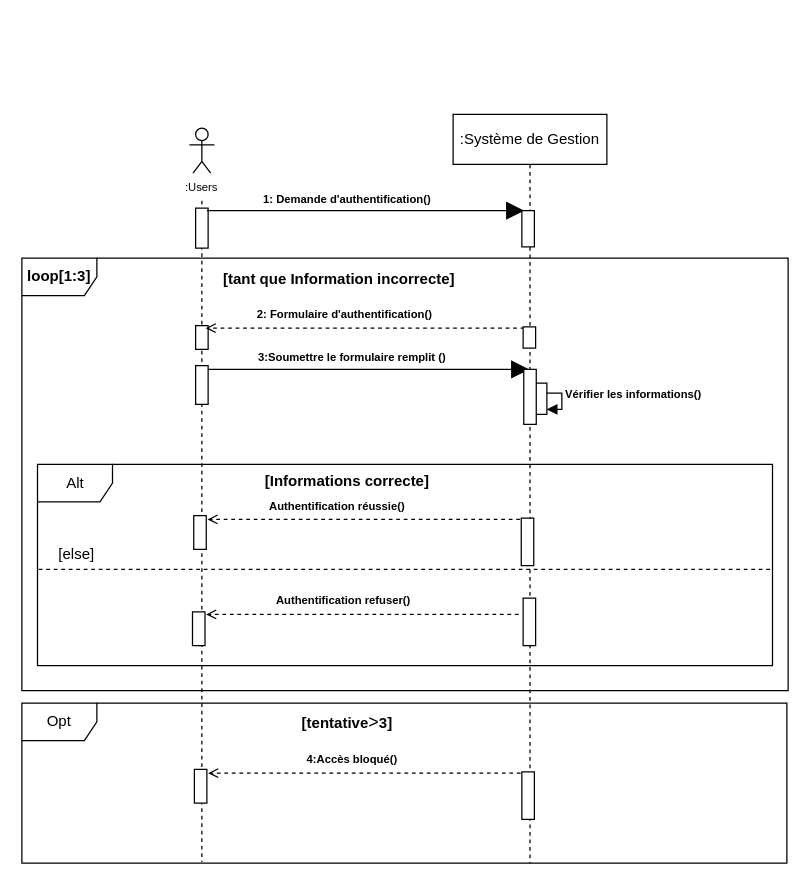
This is connexion.drawio from louis-fresnel99/TpGasaL1, a draw.io file, before an edit. Source tidied: cells renumbered, new cells numbered last; positions are measured from the earlier drawing's top-left corner, leaving out a move shared by most shapes. Both pictures are drawn from the tidied source at 125%, with x=0, y=0 at pixel (21, 114).
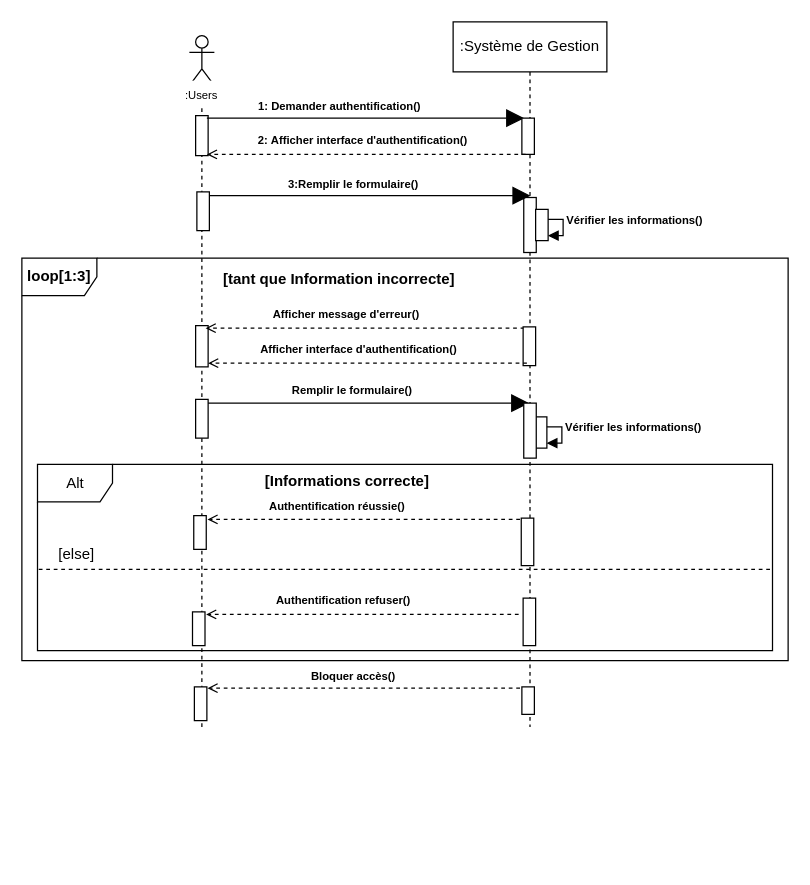
Above is the later version.

Commit message:
Mettre à jour connexion.drawio

Diff of the diagram source:
```diff
@@
     <mxCell id="2" value=":Système de Gestion" style="shape=umlLifeline;perimeter=lifelinePerimeter;whiteSpace=wrap;html=1;newEdgeStyle={&quot;edgeStyle&quot;:&quot;elbowEdgeStyle&quot;,&quot;elbow&quot;:&quot;vertical&quot;,&quot;curved&quot;:0,&quot;rounded&quot;:0};fillColor=light-dark(#FFFFFF, #ffffff);strokeColor=light-dark(#000000,#000000);labelBackgroundColor=none;fontColor=light-dark(#000000,#000000);" parent="1" vertex="1">
-      <mxGeometry x="345" width="123" height="599" as="geometry" />
+      <mxGeometry x="345" y="-74" width="123" height="564" as="geometry" />
     </mxCell>
+    <mxCell id="39" style="html=1;perimeter=orthogonalPerimeter;targetShapes=umlLifeline;newEdgeStyle={&quot;curved&quot;:0,&quot;rounded&quot;:0};fillColor=light-dark(#FFFFFF,#FFFFFF);strokeColor=light-dark(#000000,#000000);" parent="2" vertex="1">
+      <mxGeometry x="56.5" y="140.5" width="10" height="44" as="geometry" />
+    </mxCell>
     <mxCell id="3" style="shape=umlLifeline;perimeter=lifelinePerimeter;whiteSpace=wrap;html=1;newEdgeStyle={&quot;curved&quot;:0,&quot;rounded&quot;:0};participant=umlActor;fillColor=light-dark(#FFFFFF,#000000);strokeColor=light-dark(#000000,#000000);" parent="1" vertex="1">
-      <mxGeometry x="134" y="11" width="20" height="587" as="geometry" />
+      <mxGeometry x="134" y="-63" width="20" height="556" as="geometry" />
     </mxCell>
@@
     <mxCell id="5" style="html=1;perimeter=orthogonalPerimeter;targetShapes=umlLifeline;newEdgeStyle={&quot;curved&quot;:0,&quot;rounded&quot;:0};fillColor=light-dark(#FFFFFF,#FFFFFF);strokeColor=light-dark(#000000,#000000);" parent="3" vertex="1">
-      <mxGeometry x="4" y="513" width="10" height="27" as="geometry" />
+      <mxGeometry x="4" y="521" width="10" height="27" as="geometry" />
     </mxCell>
     <mxCell id="6" style="html=1;perimeter=orthogonalPerimeter;targetShapes=umlLifeline;newEdgeStyle={&quot;curved&quot;:0,&quot;rounded&quot;:0};fillColor=light-dark(#FFFFFF,#FFFFFF);strokeColor=light-dark(#000000,#000000);" parent="3" vertex="1">
-      <mxGeometry x="5" y="158" width="10" height="19" as="geometry" />
+      <mxGeometry x="5" y="232" width="10" height="33" as="geometry" />
     </mxCell>
     <mxCell id="7" style="html=1;perimeter=orthogonalPerimeter;targetShapes=umlLifeline;newEdgeStyle={&quot;curved&quot;:0,&quot;rounded&quot;:0};fillColor=light-dark(#FFFFFF,#FFFFFF);strokeColor=light-dark(#000000,#000000);" parent="3" vertex="1">
-      <mxGeometry x="5" y="190" width="10" height="31" as="geometry" />
+      <mxGeometry x="5" y="291" width="10" height="31" as="geometry" />
     </mxCell>
     <mxCell id="8" style="endArrow=block;endFill=1;endSize=12;html=1;rounded=0;strokeColor=light-dark(#000000,#000000);exitX=1;exitY=0;exitDx=0;exitDy=5;exitPerimeter=0;" parent="1" edge="1">
       <mxGeometry relative="1" as="geometry">
-        <mxPoint x="148" y="77" as="sourcePoint" />
-        <mxPoint x="402" y="77" as="targetPoint" />
+        <mxPoint x="148" y="3" as="sourcePoint" />
+        <mxPoint x="402" y="3" as="targetPoint" />
       </mxGeometry>
     </mxCell>
-    <mxCell id="9" value="&lt;font style=&quot;font-size: 9px;&quot;&gt;&lt;b&gt;1: Demande d'authentification()&lt;/b&gt;&lt;/font&gt;" style="text;html=1;align=center;verticalAlign=middle;whiteSpace=wrap;rounded=0;" parent="1" vertex="1">
-      <mxGeometry x="188" y="56" width="145" height="22" as="geometry" />
+    <mxCell id="9" value="&lt;font style=&quot;font-size: 9px;&quot;&gt;&lt;b&gt;1: Demander authentification()&lt;/b&gt;&lt;/font&gt;" style="text;html=1;align=center;verticalAlign=middle;whiteSpace=wrap;rounded=0;" parent="1" vertex="1">
+      <mxGeometry x="182" y="-18" width="145" height="22" as="geometry" />
     </mxCell>
@@
-    <mxCell id="11" value="&lt;font style=&quot;color: light-dark(rgb(0, 0, 0), rgb(0, 0, 0)); font-size: 9px;&quot;&gt;&lt;b&gt;2: Formulaire d'authentification()&lt;/b&gt;&lt;/font&gt;" style="text;html=1;align=center;verticalAlign=middle;whiteSpace=wrap;rounded=0;" parent="1" vertex="1">
+    <mxCell id="11" value="&lt;b style=&quot;font-size: 9px;&quot;&gt;&amp;nbsp;Afficher message d'erreur()&lt;/b&gt;" style="text;html=1;align=center;verticalAlign=middle;whiteSpace=wrap;rounded=0;" parent="1" vertex="1">
       <mxGeometry x="178" y="148" width="161" height="22" as="geometry" />
     </mxCell>
     <mxCell id="12" style="endArrow=block;endFill=1;endSize=12;html=1;rounded=0;strokeColor=light-dark(#000000,#000000);" parent="1" edge="1">
       <mxGeometry relative="1" as="geometry">
-        <mxPoint x="149" y="204" as="sourcePoint" />
-        <mxPoint x="406" y="204" as="targetPoint" />
+        <mxPoint x="149" y="231" as="sourcePoint" />
+        <mxPoint x="406" y="231" as="targetPoint" />
       </mxGeometry>
     </mxCell>
-    <mxCell id="13" value="&lt;font style=&quot;color: light-dark(rgb(0, 0, 0), rgb(0, 0, 0)); font-size: 9px;&quot;&gt;&lt;b&gt;3:Soumettre le formulaire remplit ()&lt;/b&gt;&lt;/font&gt;" style="text;html=1;align=center;verticalAlign=middle;whiteSpace=wrap;rounded=0;" parent="1" vertex="1">
-      <mxGeometry x="185" y="185" width="159" height="17" as="geometry" />
+    <mxCell id="13" value="&lt;b style=&quot;font-size: 9px;&quot;&gt;Remplir le formulaire()&lt;/b&gt;" style="text;html=1;align=center;verticalAlign=middle;whiteSpace=wrap;rounded=0;" parent="1" vertex="1">
+      <mxGeometry x="185" y="211" width="159" height="17" as="geometry" />
     </mxCell>
     <mxCell id="14" value="&lt;font style=&quot;font-size: 9px;&quot;&gt;:Users&lt;/font&gt;" style="text;html=1;align=center;verticalAlign=middle;whiteSpace=wrap;rounded=0;fillColor=#FFFFFF;" parent="1" vertex="1">
-      <mxGeometry x="114" y="47" width="60" height="21" as="geometry" />
+      <mxGeometry x="114" y="-27" width="60" height="21" as="geometry" />
     </mxCell>
     <mxCell id="15" value="&lt;b&gt;loop[1:3]&lt;/b&gt;" style="shape=umlFrame;whiteSpace=wrap;html=1;" parent="1" vertex="1">
-      <mxGeometry y="115" width="613" height="346" as="geometry" />
+      <mxGeometry y="115" width="613" height="322" as="geometry" />
     </mxCell>
@@
     <mxCell id="17" value="&lt;font style=&quot;font-size: 9px;&quot;&gt;&lt;b&gt;Vérifier les informations()&lt;/b&gt;&lt;/font&gt;" style="html=1;align=left;spacingLeft=2;endArrow=block;rounded=0;edgeStyle=orthogonalEdgeStyle;curved=0;rounded=0;" parent="1" edge="1">
       <mxGeometry relative="1" as="geometry">
-        <mxPoint x="410" y="217" as="sourcePoint" />
-        <mxPoint x="419.9" y="236" as="targetPoint" />
+        <mxPoint x="410" y="244" as="sourcePoint" />
+        <mxPoint x="419.9" y="263" as="targetPoint" />
         <Array as="points">
-          <mxPoint x="410" y="223" />
-          <mxPoint x="432" y="223" />
-          <mxPoint x="432" y="236" />
+          <mxPoint x="410" y="250" />
+          <mxPoint x="432" y="250" />
+          <mxPoint x="432" y="263" />
         </Array>
       </mxGeometry>
     </mxCell>
     <mxCell id="18" style="html=1;perimeter=orthogonalPerimeter;targetShapes=umlLifeline;newEdgeStyle={&quot;curved&quot;:0,&quot;rounded&quot;:0};fillColor=light-dark(#FFFFFF,#FFFFFF);strokeColor=light-dark(#000000,#000000);" parent="1" vertex="1">
-      <mxGeometry x="410" y="215" width="10" height="25" as="geometry" />
+      <mxGeometry x="410" y="242" width="10" height="25" as="geometry" />
     </mxCell>
-    <mxCell id="19" value="Opt" style="shape=umlFrame;whiteSpace=wrap;html=1;" parent="1" vertex="1">
-      <mxGeometry y="471" width="612" height="128" as="geometry" />
-    </mxCell>
@@
     <mxCell id="21" style="endArrow=open;html=1;rounded=0;strokeColor=light-dark(#000000,#000000);dashed=1;strokeWidth=1;endFill=0;" parent="1" edge="1">
       <mxGeometry relative="1" as="geometry">
-        <mxPoint x="399" y="527" as="sourcePoint" />
-        <mxPoint x="149" y="527" as="targetPoint" />
+        <mxPoint x="398.5" y="459" as="sourcePoint" />
+        <mxPoint x="148.5" y="459" as="targetPoint" />
       </mxGeometry>
     </mxCell>
@@
     <mxCell id="23" style="html=1;perimeter=orthogonalPerimeter;targetShapes=umlLifeline;newEdgeStyle={&quot;curved&quot;:0,&quot;rounded&quot;:0};fillColor=light-dark(#FFFFFF,#FFFFFF);strokeColor=light-dark(#000000,#000000);" parent="1" vertex="1">
-      <mxGeometry x="400" y="77" width="10" height="29" as="geometry" />
+      <mxGeometry x="400" y="3" width="10" height="29" as="geometry" />
     </mxCell>
     <mxCell id="24" style="html=1;perimeter=orthogonalPerimeter;targetShapes=umlLifeline;newEdgeStyle={&quot;curved&quot;:0,&quot;rounded&quot;:0};fillColor=light-dark(#FFFFFF,#FFFFFF);strokeColor=light-dark(#000000,#000000);" parent="1" vertex="1">
-      <mxGeometry x="401" y="170" width="10" height="17" as="geometry" />
+      <mxGeometry x="401" y="170" width="10" height="31" as="geometry" />
     </mxCell>
     <mxCell id="25" style="html=1;perimeter=orthogonalPerimeter;targetShapes=umlLifeline;newEdgeStyle={&quot;curved&quot;:0,&quot;rounded&quot;:0};fillColor=light-dark(#FFFFFF,#FFFFFF);strokeColor=light-dark(#000000,#000000);" parent="1" vertex="1">
-      <mxGeometry x="401.5" y="204" width="10" height="44" as="geometry" />
+      <mxGeometry x="401.5" y="231" width="10" height="44" as="geometry" />
     </mxCell>
     <mxCell id="26" style="html=1;perimeter=orthogonalPerimeter;targetShapes=umlLifeline;newEdgeStyle={&quot;curved&quot;:0,&quot;rounded&quot;:0};fillColor=light-dark(#FFFFFF,#FFFFFF);strokeColor=light-dark(#000000,#000000);" parent="1" vertex="1">
-      <mxGeometry x="400" y="526" width="10" height="38" as="geometry" />
+      <mxGeometry x="400" y="458" width="10" height="22" as="geometry" />
     </mxCell>
@@
     <mxCell id="28" value="Alt" style="shape=umlFrame;whiteSpace=wrap;html=1;" parent="1" vertex="1">
-      <mxGeometry x="12.5" y="280" width="588" height="161" as="geometry" />
+      <mxGeometry x="12.5" y="280" width="588" height="149" as="geometry" />
     </mxCell>
-    <mxCell id="29" value="&lt;font&gt;&lt;b style=&quot;color: light-dark(rgb(0, 0, 0), rgb(237, 237, 237));&quot;&gt;[tentative&lt;/b&gt;&lt;span style=&quot;font-family: Consolas, &amp;quot;Courier New&amp;quot;, monospace; font-size: 14px; white-space: pre;&quot;&gt;&lt;font style=&quot;color: light-dark(rgb(0, 0, 0), rgb(0, 0, 0));&quot;&gt;&amp;gt;&lt;/font&gt;&lt;/span&gt;&lt;b style=&quot;color: light-dark(rgb(0, 0, 0), rgb(237, 237, 237)); background-color: transparent;&quot;&gt;3]&lt;/b&gt;&lt;/font&gt;" style="text;html=1;align=center;verticalAlign=middle;whiteSpace=wrap;rounded=0;" parent="1" vertex="1">
-      <mxGeometry x="190.5" y="477" width="139" height="20" as="geometry" />
-    </mxCell>
@@
-    <mxCell id="31" value="&lt;font style=&quot;color: light-dark(rgb(0, 0, 0), rgb(0, 0, 0)); font-size: 9px;&quot;&gt;&lt;b&gt;4:Accès bloqué()&lt;/b&gt;&lt;/font&gt;" style="text;html=1;align=center;verticalAlign=middle;whiteSpace=wrap;rounded=0;" parent="1" vertex="1">
-      <mxGeometry x="185" y="506" width="159" height="17" as="geometry" />
+    <mxCell id="31" value="&lt;font style=&quot;color: light-dark(rgb(0, 0, 0), rgb(0, 0, 0)); font-size: 9px;&quot;&gt;&lt;b&gt;Bloquer accès()&lt;/b&gt;&lt;/font&gt;" style="text;html=1;align=center;verticalAlign=middle;whiteSpace=wrap;rounded=0;" parent="1" vertex="1">
+      <mxGeometry x="186" y="440" width="159" height="17" as="geometry" />
     </mxCell>
@@
+    <mxCell id="40" style="html=1;perimeter=orthogonalPerimeter;targetShapes=umlLifeline;newEdgeStyle={&quot;curved&quot;:0,&quot;rounded&quot;:0};fillColor=light-dark(#FFFFFF,#FFFFFF);strokeColor=light-dark(#000000,#000000);" parent="1" vertex="1">
+      <mxGeometry x="140" y="62" width="10" height="31" as="geometry" />
+    </mxCell>
+    <mxCell id="41" style="endArrow=open;html=1;rounded=0;strokeColor=light-dark(#000000,#000000);dashed=1;strokeWidth=1;endFill=0;" parent="1" edge="1">
+      <mxGeometry relative="1" as="geometry">
+        <mxPoint x="403" y="32" as="sourcePoint" />
+        <mxPoint x="148" y="32" as="targetPoint" />
+      </mxGeometry>
+    </mxCell>
+    <mxCell id="42" value="&lt;font style=&quot;color: light-dark(rgb(0, 0, 0), rgb(0, 0, 0)); font-size: 9px;&quot;&gt;&lt;b&gt;2:&lt;/b&gt;&lt;/font&gt;&lt;b style=&quot;font-size: 9px;&quot;&gt;&amp;nbsp;Afficher interface d'authentification()&lt;/b&gt;" style="text;html=1;align=center;verticalAlign=middle;whiteSpace=wrap;rounded=0;" parent="1" vertex="1">
+      <mxGeometry x="179" y="9" width="188" height="22" as="geometry" />
+    </mxCell>
+    <mxCell id="43" style="endArrow=block;endFill=1;endSize=12;html=1;rounded=0;strokeColor=light-dark(#000000,#000000);" parent="1" edge="1">
+      <mxGeometry relative="1" as="geometry">
+        <mxPoint x="150" y="65" as="sourcePoint" />
+        <mxPoint x="407" y="65" as="targetPoint" />
+      </mxGeometry>
+    </mxCell>
+    <mxCell id="44" value="&lt;font style=&quot;color: light-dark(rgb(0, 0, 0), rgb(0, 0, 0)); font-size: 9px;&quot;&gt;&lt;b&gt;3:Remplir le formulaire()&lt;/b&gt;&lt;/font&gt;" style="text;html=1;align=center;verticalAlign=middle;whiteSpace=wrap;rounded=0;" parent="1" vertex="1">
+      <mxGeometry x="186" y="46" width="159" height="17" as="geometry" />
+    </mxCell>
+    <mxCell id="45" value="&lt;font style=&quot;font-size: 9px;&quot;&gt;&lt;b&gt;Vérifier les informations()&lt;/b&gt;&lt;/font&gt;" style="html=1;align=left;spacingLeft=2;endArrow=block;rounded=0;edgeStyle=orthogonalEdgeStyle;curved=0;rounded=0;" parent="1" edge="1">
+      <mxGeometry relative="1" as="geometry">
+        <mxPoint x="411" y="78" as="sourcePoint" />
+        <mxPoint x="420.9" y="97" as="targetPoint" />
+        <Array as="points">
+          <mxPoint x="411" y="84" />
+          <mxPoint x="433" y="84" />
+          <mxPoint x="433" y="97" />
+        </Array>
+      </mxGeometry>
+    </mxCell>
+    <mxCell id="46" style="html=1;perimeter=orthogonalPerimeter;targetShapes=umlLifeline;newEdgeStyle={&quot;curved&quot;:0,&quot;rounded&quot;:0};fillColor=light-dark(#FFFFFF,#FFFFFF);strokeColor=light-dark(#000000,#000000);" parent="1" vertex="1">
+      <mxGeometry x="411" y="76" width="10" height="25" as="geometry" />
+    </mxCell>
+    <mxCell id="47" style="endArrow=open;html=1;rounded=0;strokeColor=light-dark(#000000,#000000);dashed=1;strokeWidth=1;endFill=0;" parent="1" edge="1">
+      <mxGeometry relative="1" as="geometry">
+        <mxPoint x="404" y="199" as="sourcePoint" />
+        <mxPoint x="149" y="199" as="targetPoint" />
+      </mxGeometry>
+    </mxCell>
+    <mxCell id="48" value="&lt;b style=&quot;font-size: 9px;&quot;&gt;&amp;nbsp;Afficher interface d'authentification()&lt;/b&gt;" style="text;html=1;align=center;verticalAlign=middle;whiteSpace=wrap;rounded=0;" parent="1" vertex="1">
+      <mxGeometry x="180" y="176" width="177" height="22" as="geometry" />
+    </mxCell>
```
